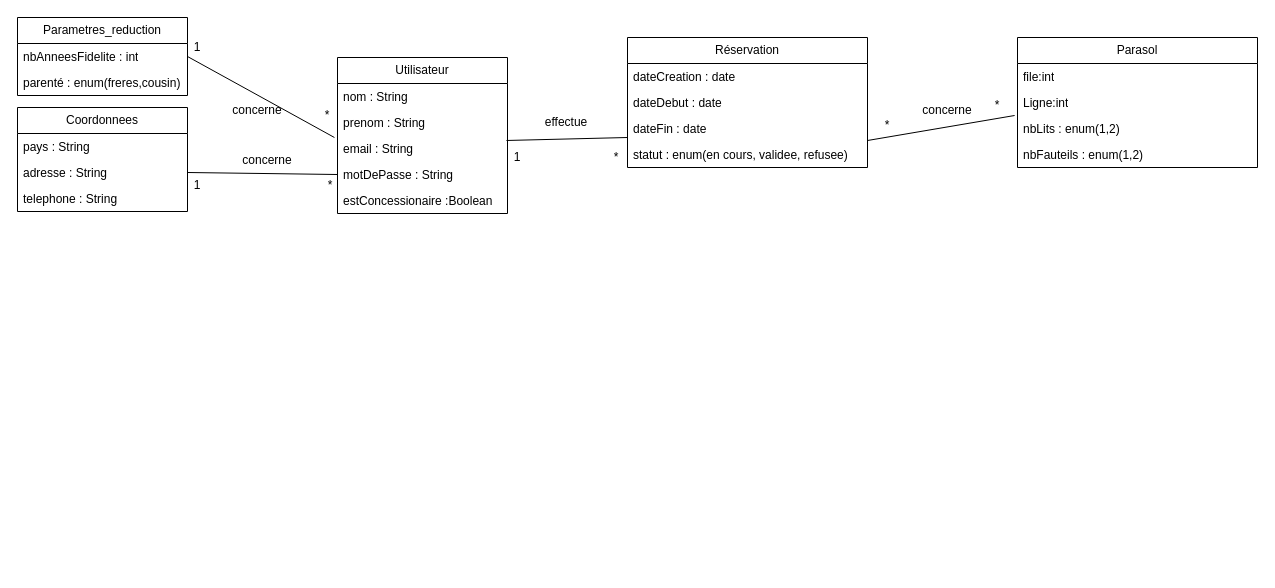
ewan-delanoy/uml_diagram keeps this draw.io diagram as classes_business_case.drawio. Above is the earlier version. Source tidied: cells renumbered, new cells numbered last; positions are measured from the earlier drawing's top-left corner, leaving out a move shared by most shapes. Both pictures are drawn from the tidied source at 100%, with x=0, y=0 at pixel (17, 17).
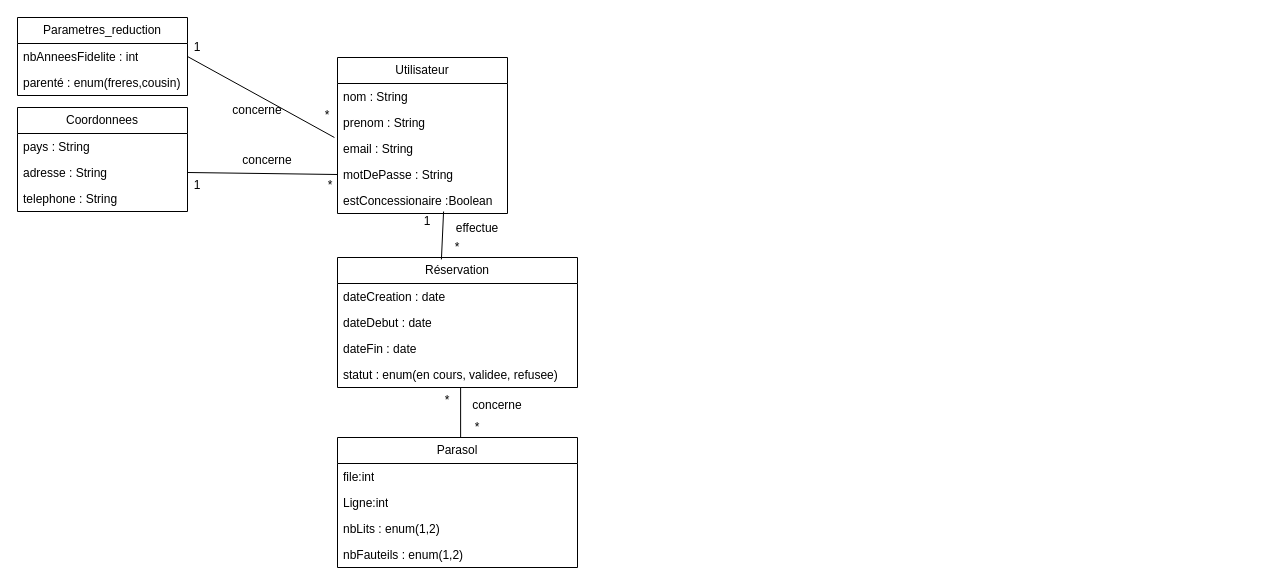
Above is the later version.

Commit message (it also covers changes not shown here):
Mettre à jour classes_business_case.drawio

The change refers to these unchanged cells:
```xml
<mxCell id="11" value="prenom : String" style="text;strokeColor=none;fillColor=none;align=left;verticalAlign=top;spacingLeft=4;spacingRight=4;overflow=hidden;points=[[0,0.5],[1,0.5]];portConstraint=eastwest;whiteSpace=wrap;html=1;" parent="9" vertex="1">
  <mxGeometry y="52" width="170" height="26" as="geometry" />
</mxCell>
<mxCell id="14" value="estConcessionaire :Boolean" style="text;strokeColor=none;fillColor=none;align=left;verticalAlign=top;spacingLeft=4;spacingRight=4;overflow=hidden;points=[[0,0.5],[1,0.5]];portConstraint=eastwest;whiteSpace=wrap;html=1;" parent="9" vertex="1">
  <mxGeometry y="130" width="170" height="26" as="geometry" />
</mxCell>
<mxCell id="18" value="dateFin : date" style="text;strokeColor=none;fillColor=none;align=left;verticalAlign=top;spacingLeft=4;spacingRight=4;overflow=hidden;points=[[0,0.5],[1,0.5]];portConstraint=eastwest;whiteSpace=wrap;html=1;" parent="15" vertex="1">
  <mxGeometry y="78" width="240" height="26" as="geometry" />
</mxCell>
<mxCell id="19" value="&lt;div&gt;statut : enum(en cours, validee, refusee)&lt;/div&gt;&lt;div&gt;&lt;br&gt;&lt;/div&gt;" style="text;strokeColor=none;fillColor=none;align=left;verticalAlign=top;spacingLeft=4;spacingRight=4;overflow=hidden;points=[[0,0.5],[1,0.5]];portConstraint=eastwest;whiteSpace=wrap;html=1;" parent="15" vertex="1">
  <mxGeometry y="104" width="240" height="26" as="geometry" />
</mxCell>
<mxCell id="23" value="nbLits : enum(1,2)" style="text;strokeColor=none;fillColor=none;align=left;verticalAlign=top;spacingLeft=4;spacingRight=4;overflow=hidden;points=[[0,0.5],[1,0.5]];portConstraint=eastwest;whiteSpace=wrap;html=1;" parent="20" vertex="1">
  <mxGeometry y="78" width="240" height="26" as="geometry" />
</mxCell>
```

The edit, as a diff of the source:
```diff
@@
     <mxCell id="15" value="Réservation" style="swimlane;fontStyle=0;horizontal=1;startSize=26;fillColor=none;whiteSpace=wrap;html=1;" parent="1" vertex="1">
-      <mxGeometry x="610" y="20" width="240" height="130" as="geometry" />
+      <mxGeometry x="320" y="240" width="240" height="130" as="geometry" />
     </mxCell>
@@
     <mxCell id="20" value="Parasol" style="swimlane;fontStyle=0;horizontal=1;startSize=26;fillColor=none;whiteSpace=wrap;html=1;" parent="1" vertex="1">
-      <mxGeometry x="1000" y="20" width="240" height="130" as="geometry" />
+      <mxGeometry x="320" y="420" width="240" height="130" as="geometry" />
     </mxCell>
@@
-    <mxCell id="27" style="endArrow=none;html=1;rounded=0;exitX=0.994;exitY=1.192;exitDx=0;exitDy=0;exitPerimeter=0;" parent="1" edge="1" source="11">
-      <mxGeometry relative="1" as="geometry">
-        <mxPoint x="610" y="120" as="targetPoint" />
-      </mxGeometry>
-    </mxCell>
-    <mxCell id="28" style="endArrow=none;html=1;rounded=0;exitX=1;exitY=0.962;exitDx=0;exitDy=0;exitPerimeter=0;entryX=-0.012;entryY=0;entryDx=0;entryDy=0;entryPerimeter=0;" parent="1" edge="1" source="18" target="23">
+    <mxCell id="28" style="endArrow=none;html=1;rounded=0;exitX=0.513;exitY=1;exitDx=0;exitDy=0;exitPerimeter=0;entryX=0.513;entryY=0;entryDx=0;entryDy=0;entryPerimeter=0;" parent="1" edge="1" source="19" target="20">
       <mxGeometry relative="1" as="geometry" />
     </mxCell>
@@
-    <mxCell id="31" value="*" style="text;html=1;strokeColor=none;fillColor=none;align=center;verticalAlign=middle;whiteSpace=wrap;rounded=0;" parent="1" vertex="1">
-      <mxGeometry x="970" y="78" width="20" height="20" as="geometry" />
-    </mxCell>
     <mxCell id="32" value="*" style="text;html=1;strokeColor=none;fillColor=none;align=center;verticalAlign=middle;whiteSpace=wrap;rounded=0;" parent="1" vertex="1">
-      <mxGeometry x="860" y="98" width="20" height="20" as="geometry" />
+      <mxGeometry x="450" y="400" width="20" height="20" as="geometry" />
     </mxCell>
     <mxCell id="33" value="concerne" style="text;html=1;strokeColor=none;fillColor=none;align=center;verticalAlign=middle;whiteSpace=wrap;rounded=0;" parent="1" vertex="1">
-      <mxGeometry x="900" y="78" width="60" height="30" as="geometry" />
+      <mxGeometry x="450" y="373" width="60" height="30" as="geometry" />
     </mxCell>
     <mxCell id="34" value="1" style="text;html=1;strokeColor=none;fillColor=none;align=center;verticalAlign=middle;whiteSpace=wrap;rounded=0;" parent="1" vertex="1">
-      <mxGeometry x="490" y="130" width="20" height="20" as="geometry" />
+      <mxGeometry x="400" y="194" width="20" height="20" as="geometry" />
     </mxCell>
     <mxCell id="35" value="*" style="text;html=1;strokeColor=none;fillColor=none;align=center;verticalAlign=middle;whiteSpace=wrap;rounded=0;" parent="1" vertex="1">
-      <mxGeometry x="589" y="130" width="20" height="20" as="geometry" />
+      <mxGeometry x="430" y="220" width="20" height="20" as="geometry" />
     </mxCell>
     <mxCell id="36" value="effectue" style="text;html=1;strokeColor=none;fillColor=none;align=center;verticalAlign=middle;whiteSpace=wrap;rounded=0;" parent="1" vertex="1">
-      <mxGeometry x="519" y="90" width="60" height="30" as="geometry" />
+      <mxGeometry x="430" y="196" width="60" height="30" as="geometry" />
     </mxCell>
@@
+    <mxCell id="31" value="*" style="text;html=1;strokeColor=none;fillColor=none;align=center;verticalAlign=middle;whiteSpace=wrap;rounded=0;" parent="1" vertex="1">
+      <mxGeometry x="420" y="373" width="20" height="20" as="geometry" />
+    </mxCell>
+    <mxCell id="41" style="endArrow=none;html=1;rounded=0;entryX=0.624;entryY=0.923;entryDx=0;entryDy=0;entryPerimeter=0;exitX=0.433;exitY=0.015;exitDx=0;exitDy=0;exitPerimeter=0;" parent="1" edge="1" source="15" target="14">
+      <mxGeometry relative="1" as="geometry" />
+    </mxCell>
```
